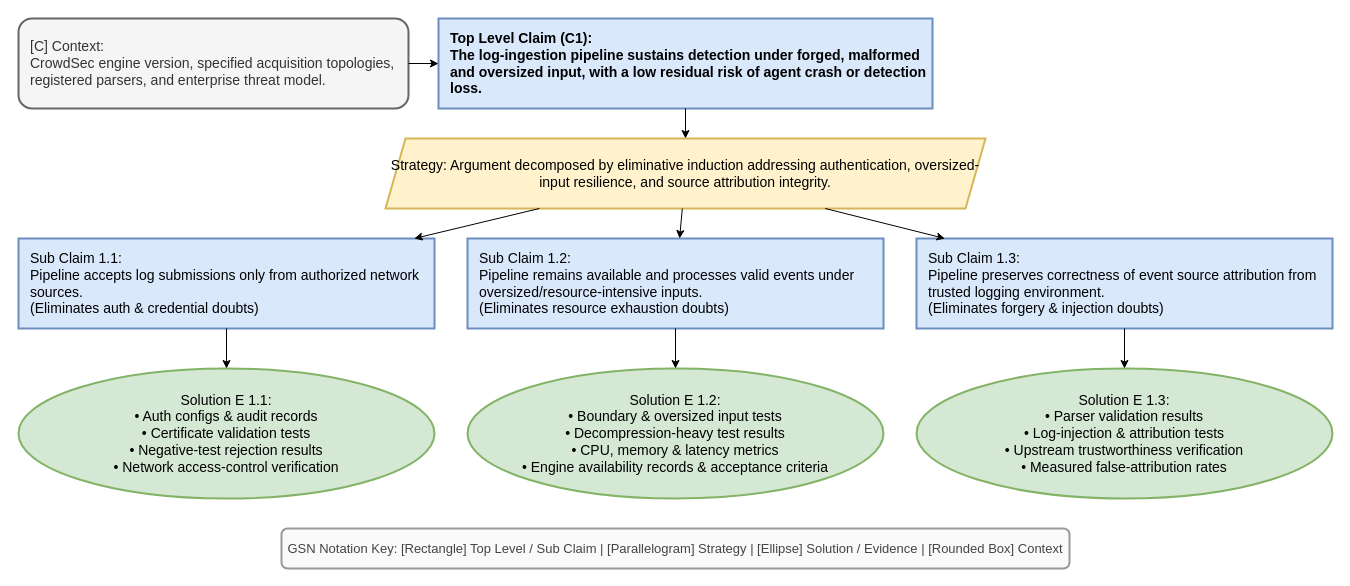
Before: resources/static/assurance/final-top-level-C1.drawio in HapticLazier2/CSCI-8420-Group-2, a draw.io diagram. Source tidied: cells renumbered, new cells numbered last; positions are measured from the earlier drawing's top-left corner, leaving out a move shared by most shapes. Both pictures are drawn from the tidied source at 100%, with x=0, y=0 at pixel (18, 18).
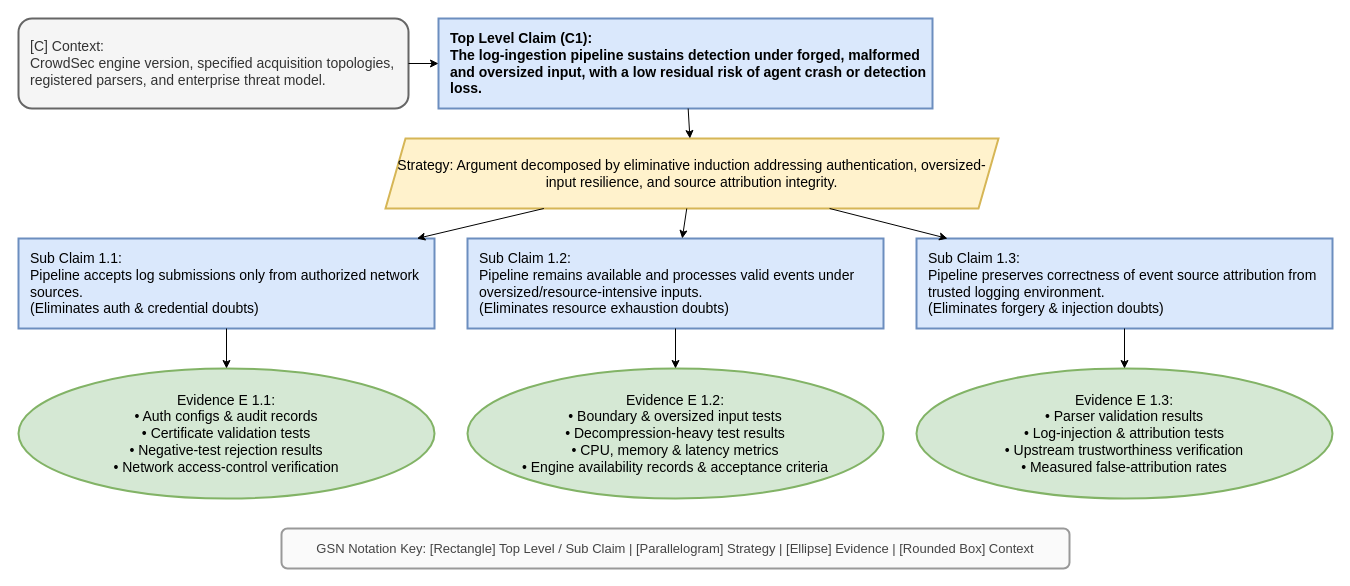
The same diagram, later.

Commit message (it also covers changes not shown here):
Change the diagram wording from Solution to Evidence

The edit, as a diff of the source:
```diff
@@
 <mxGraphModel>
   <root>
     <mxCell id="0" />
     <mxCell id="1" parent="0" />
     <mxCell id="2" value="[C] Context:&#10;CrowdSec engine version, specified acquisition topologies, registered parsers, and enterprise threat model." style="rounded=1;whiteSpace=wrap;html=1;fillColor=#f5f5f5;strokeColor=#666666;strokeWidth=2;fontColor=#333333;align=left;spacingLeft=10;fontSize=14;" parent="1" vertex="1">
       <mxGeometry width="390" height="90" as="geometry" />
     </mxCell>
     <mxCell id="3" value="Top Level Claim (C1):&#10;The log-ingestion pipeline sustains detection under forged, malformed and oversized input, with a low residual risk of agent crash or detection loss." style="shape=rectangle;whiteSpace=wrap;html=1;fillColor=#dae8fc;strokeColor=#6c8ebf;strokeWidth=2;fontStyle=1;align=left;spacingLeft=10;fontSize=14;" parent="1" vertex="1">
       <mxGeometry x="420" width="494" height="90" as="geometry" />
     </mxCell>
     <mxCell id="4" parent="1" edge="1" source="2" target="3">
       <mxGeometry relative="1" as="geometry" />
     </mxCell>
     <mxCell id="5" value="Strategy: Argument decomposed by eliminative induction addressing authentication, oversized-input resilience, and source attribution integrity." style="shape=parallelogram;perimeter=parallelogramPerimeter;whiteSpace=wrap;html=1;fixedSize=1;fillColor=#fff2cc;strokeColor=#d6b656;strokeWidth=2;align=center;fontSize=14;" parent="1" vertex="1">
-      <mxGeometry x="367" y="120" width="600" height="70" as="geometry" />
+      <mxGeometry x="367" y="120" width="613" height="70" as="geometry" />
     </mxCell>
     <mxCell id="6" parent="1" edge="1" source="3" target="5">
       <mxGeometry relative="1" as="geometry" />
     </mxCell>
     <mxCell id="7" value="Sub Claim 1.1:&#10;Pipeline accepts log submissions only from authorized network sources.&#10;(Eliminates auth &amp; credential doubts)" style="shape=rectangle;whiteSpace=wrap;html=1;fillColor=#dae8fc;strokeColor=#6c8ebf;strokeWidth=2;align=left;spacingLeft=10;fontSize=14;" parent="1" vertex="1">
       <mxGeometry y="220" width="416" height="90" as="geometry" />
     </mxCell>
     <mxCell id="8" value="Sub Claim 1.2:&#10;Pipeline remains available and processes valid events under oversized/resource-intensive inputs.&#10;(Eliminates resource exhaustion doubts)" style="shape=rectangle;whiteSpace=wrap;html=1;fillColor=#dae8fc;strokeColor=#6c8ebf;strokeWidth=2;align=left;spacingLeft=10;fontSize=14;" parent="1" vertex="1">
       <mxGeometry x="449" y="220" width="416" height="90" as="geometry" />
     </mxCell>
     <mxCell id="9" value="Sub Claim 1.3:&#10;Pipeline preserves correctness of event source attribution from trusted logging environment.&#10;(Eliminates forgery &amp; injection doubts)" style="shape=rectangle;whiteSpace=wrap;html=1;fillColor=#dae8fc;strokeColor=#6c8ebf;strokeWidth=2;align=left;spacingLeft=10;fontSize=14;" parent="1" vertex="1">
       <mxGeometry x="898" y="220" width="416" height="90" as="geometry" />
     </mxCell>
     <mxCell id="10" parent="1" edge="1" source="5" target="7">
       <mxGeometry relative="1" as="geometry" />
     </mxCell>
     <mxCell id="11" parent="1" edge="1" source="5" target="8">
       <mxGeometry relative="1" as="geometry" />
     </mxCell>
     <mxCell id="12" parent="1" edge="1" source="5" target="9">
       <mxGeometry relative="1" as="geometry" />
     </mxCell>
-    <mxCell id="13" value="Solution E 1.1:&#10;• Auth configs &amp; audit records&#10;• Certificate validation tests&#10;• Negative-test rejection results&#10;• Network access-control verification" style="shape=ellipse;whiteSpace=wrap;html=1;fillColor=#d5e8d4;strokeColor=#82b366;strokeWidth=2;align=center;fontSize=14;" parent="1" vertex="1">
+    <mxCell id="13" value="Evidence E 1.1:&#10;• Auth configs &amp; audit records&#10;• Certificate validation tests&#10;• Negative-test rejection results&#10;• Network access-control verification" style="shape=ellipse;whiteSpace=wrap;html=1;fillColor=#d5e8d4;strokeColor=#82b366;strokeWidth=2;align=center;fontSize=14;" parent="1" vertex="1">
       <mxGeometry y="350" width="416" height="130" as="geometry" />
     </mxCell>
-    <mxCell id="14" value="Solution E 1.2:&#10;• Boundary &amp; oversized input tests&#10;• Decompression-heavy test results&#10;• CPU, memory &amp; latency metrics&#10;• Engine availability records &amp; acceptance criteria" style="shape=ellipse;whiteSpace=wrap;html=1;fillColor=#d5e8d4;strokeColor=#82b366;strokeWidth=2;align=center;fontSize=14;" parent="1" vertex="1">
+    <mxCell id="14" value="Evidence E 1.2:&#10;• Boundary &amp; oversized input tests&#10;• Decompression-heavy test results&#10;• CPU, memory &amp; latency metrics&#10;• Engine availability records &amp; acceptance criteria" style="shape=ellipse;whiteSpace=wrap;html=1;fillColor=#d5e8d4;strokeColor=#82b366;strokeWidth=2;align=center;fontSize=14;" parent="1" vertex="1">
       <mxGeometry x="449" y="350" width="416" height="130" as="geometry" />
     </mxCell>
-    <mxCell id="15" value="Solution E 1.3:&#10;• Parser validation results&#10;• Log-injection &amp; attribution tests&#10;• Upstream trustworthiness verification&#10;• Measured false-attribution rates" style="shape=ellipse;whiteSpace=wrap;html=1;fillColor=#d5e8d4;strokeColor=#82b366;strokeWidth=2;align=center;fontSize=14;" parent="1" vertex="1">
+    <mxCell id="15" value="Evidence E 1.3:&#10;• Parser validation results&#10;• Log-injection &amp; attribution tests&#10;• Upstream trustworthiness verification&#10;• Measured false-attribution rates" style="shape=ellipse;whiteSpace=wrap;html=1;fillColor=#d5e8d4;strokeColor=#82b366;strokeWidth=2;align=center;fontSize=14;" parent="1" vertex="1">
       <mxGeometry x="898" y="350" width="416" height="130" as="geometry" />
     </mxCell>
     <mxCell id="16" parent="1" edge="1" source="7" target="13">
       <mxGeometry relative="1" as="geometry" />
     </mxCell>
     <mxCell id="17" parent="1" edge="1" source="8" target="14">
       <mxGeometry relative="1" as="geometry" />
     </mxCell>
     <mxCell id="18" parent="1" edge="1" source="9" target="15">
       <mxGeometry relative="1" as="geometry" />
     </mxCell>
-    <mxCell id="19" value="GSN Notation Key:  [Rectangle] Top Level / Sub Claim  |  [Parallelogram] Strategy  |  [Ellipse] Solution / Evidence  |  [Rounded Box] Context" style="rounded=1;whiteSpace=wrap;html=1;fillColor=#fafafa;strokeColor=#999999;strokeWidth=2;fontColor=#444444;align=center;fontSize=13;fontStyle=0;" parent="1" vertex="1">
+    <mxCell id="19" value="GSN Notation Key:  [Rectangle] Top Level / Sub Claim  |  [Parallelogram] Strategy  |  [Ellipse] Evidence  |  [Rounded Box] Context" style="rounded=1;whiteSpace=wrap;html=1;fillColor=#fafafa;strokeColor=#999999;strokeWidth=2;fontColor=#444444;align=center;fontSize=13;fontStyle=0;" parent="1" vertex="1">
       <mxGeometry x="263" y="510" width="788" height="40" as="geometry" />
     </mxCell>
   </root>
 </mxGraphModel>
```
